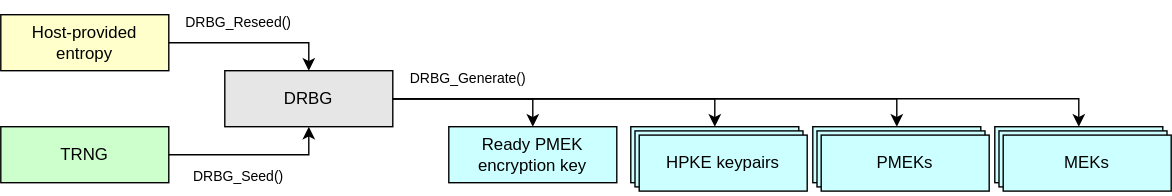
Before: doc/ocp_lock/diagrams/drbg_diagram.drawio.svg, a diagram exported from draw.io (chipsalliance/Caliptra). Source tidied: cells renumbered, new cells last; positions are measured from the earlier drawing's top-left corner, leaving out a move shared by most shapes.
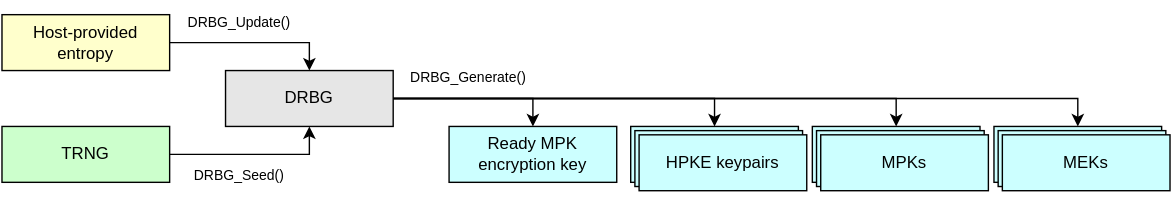
The same file after the commit.

The edit, as a diff of the source:
```diff
@@ -20,7 +20,7 @@
     <mxCell id="7" value="&lt;div&gt;&lt;font color=&quot;#000000&quot;&gt;HPKE keypairs&lt;/font&gt;&lt;/div&gt;" style="rounded=0;whiteSpace=wrap;html=1;align=center;verticalAlign=middle;shadow=0;glass=0;spacingLeft=0;spacingBottom=0;spacingTop=0;fillColor=#CCFFFF;" parent="1" vertex="1">
       <mxGeometry x="450" y="90" width="120" height="40" as="geometry" />
     </mxCell>
-    <mxCell id="8" value="&lt;div&gt;&lt;font color=&quot;#000000&quot;&gt;PMEKs&lt;/font&gt;&lt;/div&gt;" style="rounded=0;whiteSpace=wrap;html=1;align=center;verticalAlign=middle;shadow=0;glass=0;spacingLeft=0;spacingBottom=0;spacingTop=0;fillColor=#CCFFFF;" parent="1" vertex="1">
+    <mxCell id="8" style="rounded=0;whiteSpace=wrap;html=1;align=center;verticalAlign=middle;shadow=0;glass=0;spacingLeft=0;spacingBottom=0;spacingTop=0;fillColor=#CCFFFF;" parent="1" vertex="1">
       <mxGeometry x="580" y="90" width="120" height="40" as="geometry" />
     </mxCell>
     <mxCell id="9" style="edgeStyle=segmentEdgeStyle;endArrow=classic;html=1;curved=0;rounded=0;endSize=6;startSize=6;exitX=1;exitY=0.5;exitDx=0;exitDy=0;entryX=0.5;entryY=0;entryDx=0;entryDy=0;" parent="1" edge="1" source="2" target="7">
@@ -46,13 +46,13 @@
     <mxCell id="13" value="DRBG_Seed()" style="text;strokeColor=none;align=center;fillColor=none;html=1;verticalAlign=middle;whiteSpace=wrap;rounded=0;fontSize=10;" parent="1" vertex="1">
       <mxGeometry x="120" y="110" width="100" height="30" as="geometry" />
     </mxCell>
-    <mxCell id="14" value="DRBG_Reseed()" style="text;strokeColor=none;align=center;fillColor=none;html=1;verticalAlign=middle;whiteSpace=wrap;rounded=0;fontSize=10;" parent="1" vertex="1">
+    <mxCell id="14" value="DRBG_Update()" style="text;strokeColor=none;align=center;fillColor=none;html=1;verticalAlign=middle;whiteSpace=wrap;rounded=0;fontSize=10;" parent="1" vertex="1">
       <mxGeometry x="120" width="100" height="30" as="geometry" />
     </mxCell>
     <mxCell id="15" value="DRBG_Generate()" style="text;strokeColor=none;align=center;fillColor=none;html=1;verticalAlign=middle;whiteSpace=wrap;rounded=0;fontSize=10;" parent="1" vertex="1">
       <mxGeometry x="280" y="40" width="108" height="30" as="geometry" />
     </mxCell>
-    <mxCell id="16" value="&lt;div&gt;&lt;font color=&quot;#000000&quot;&gt;Ready PMEK encryption key&lt;/font&gt;&lt;/div&gt;" style="rounded=0;whiteSpace=wrap;html=1;align=center;verticalAlign=middle;shadow=0;glass=0;spacingLeft=0;spacingBottom=0;spacingTop=0;fillColor=#CCFFFF;" parent="1" vertex="1">
+    <mxCell id="16" value="&lt;div&gt;&lt;font color=&quot;#000000&quot;&gt;Ready MPK encryption key&lt;/font&gt;&lt;/div&gt;" style="rounded=0;whiteSpace=wrap;html=1;align=center;verticalAlign=middle;shadow=0;glass=0;spacingLeft=0;spacingBottom=0;spacingTop=0;fillColor=#CCFFFF;" parent="1" vertex="1">
       <mxGeometry x="320" y="90" width="120" height="40" as="geometry" />
     </mxCell>
     <mxCell id="17" style="edgeStyle=orthogonalEdgeStyle;endArrow=classic;html=1;rounded=0;endSize=6;startSize=6;exitX=1;exitY=0.5;exitDx=0;exitDy=0;entryX=0.5;entryY=0;entryDx=0;entryDy=0;" parent="1" edge="1" source="2" target="16">
@@ -64,10 +64,10 @@
     <mxCell id="19" value="&lt;div&gt;&lt;font color=&quot;#000000&quot;&gt;MEKs&lt;/font&gt;&lt;/div&gt;" style="rounded=0;whiteSpace=wrap;html=1;align=center;verticalAlign=middle;shadow=0;glass=0;spacingLeft=0;spacingBottom=0;spacingTop=0;fillColor=#CCFFFF;" parent="1" vertex="1">
       <mxGeometry x="716" y="96" width="120" height="40" as="geometry" />
     </mxCell>
-    <mxCell id="20" value="&lt;div&gt;&lt;font color=&quot;#000000&quot;&gt;PMEKs&lt;/font&gt;&lt;/div&gt;" style="rounded=0;whiteSpace=wrap;html=1;align=center;verticalAlign=middle;shadow=0;glass=0;spacingLeft=0;spacingBottom=0;spacingTop=0;fillColor=#CCFFFF;" parent="1" vertex="1">
+    <mxCell id="20" style="rounded=0;whiteSpace=wrap;html=1;align=center;verticalAlign=middle;shadow=0;glass=0;spacingLeft=0;spacingBottom=0;spacingTop=0;fillColor=#CCFFFF;" parent="1" vertex="1">
       <mxGeometry x="583" y="93" width="120" height="40" as="geometry" />
     </mxCell>
-    <mxCell id="21" value="&lt;div&gt;&lt;font color=&quot;#000000&quot;&gt;PMEKs&lt;/font&gt;&lt;/div&gt;" style="rounded=0;whiteSpace=wrap;html=1;align=center;verticalAlign=middle;shadow=0;glass=0;spacingLeft=0;spacingBottom=0;spacingTop=0;fillColor=#CCFFFF;" parent="1" vertex="1">
+    <mxCell id="21" value="&lt;div&gt;&lt;font color=&quot;#000000&quot;&gt;MPKs&lt;/font&gt;&lt;/div&gt;" style="rounded=0;whiteSpace=wrap;html=1;align=center;verticalAlign=middle;shadow=0;glass=0;spacingLeft=0;spacingBottom=0;spacingTop=0;fillColor=#CCFFFF;" parent="1" vertex="1">
       <mxGeometry x="586" y="96" width="120" height="40" as="geometry" />
     </mxCell>
     <mxCell id="22" value="&lt;div&gt;&lt;font color=&quot;#000000&quot;&gt;HPKE keypairs&lt;/font&gt;&lt;/div&gt;" style="rounded=0;whiteSpace=wrap;html=1;align=center;verticalAlign=middle;shadow=0;glass=0;spacingLeft=0;spacingBottom=0;spacingTop=0;fillColor=#CCFFFF;" parent="1" vertex="1">
```
